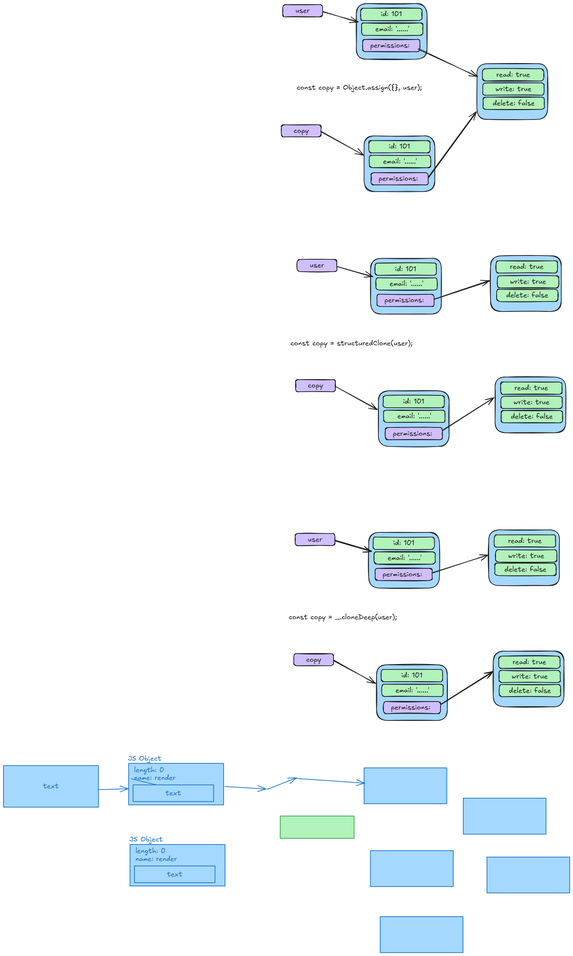
Before: img/2.obj.excalidraw.png, a diagram exported from Excalidraw (silvercodes/p23_p31_js). Source tidied: one line per element, renumbered; positions are measured from the earlier drawing's top-left corner, leaving out a move shared by most shapes.
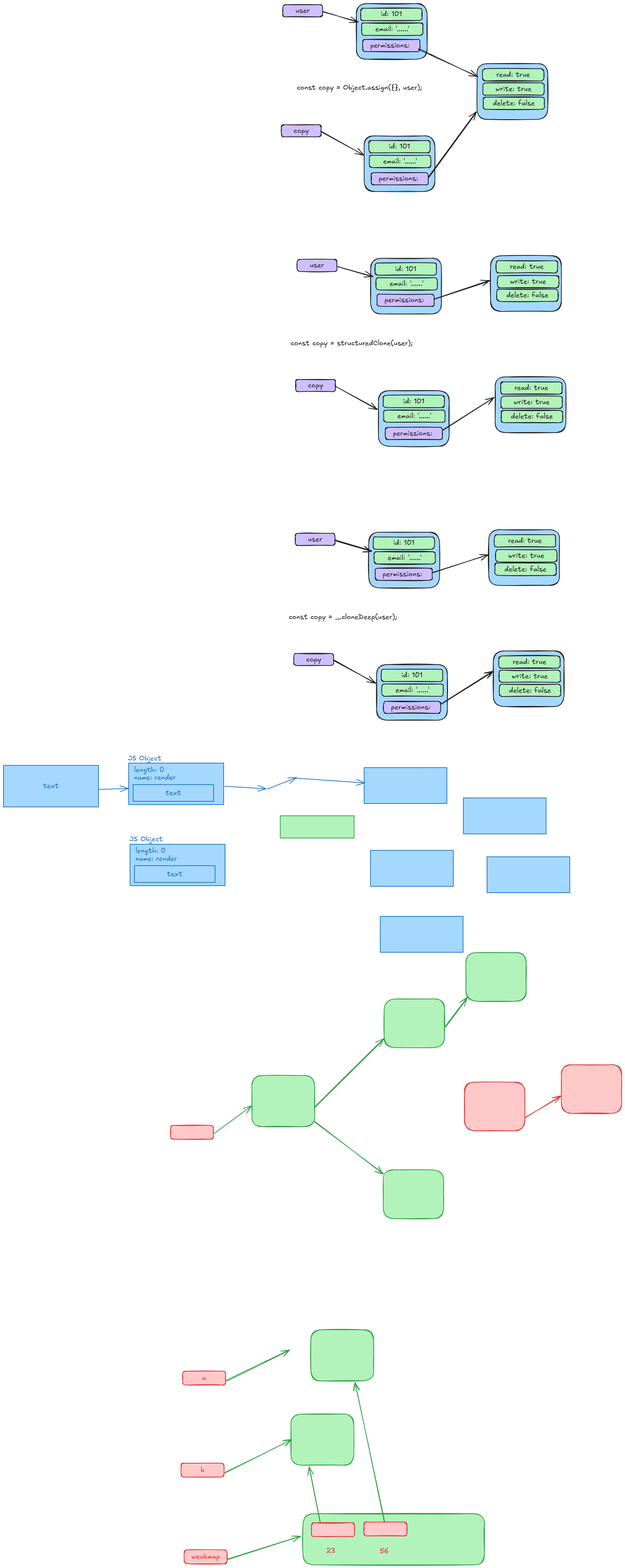
Later version of the same file.

Change to the diagram source:
```diff
@@ -126,3 +126,23 @@
 {"id": 125, "type": "text", "text": "text", "strokeColor": "#1971c2", "backgroundColor": "#a5d8ff", "fillStyle": "solid", "strokeWidth": 2, "roughness": 0, "fontSize": 20, "fontFamily": 5, "textAlign": "center", "verticalAlign": "middle", "inside": 124, "x": 469, "y": 2487, "width": 45, "height": 25}
 {"id": 126, "type": "text", "text": "length: 0", "strokeColor": "#1971c2", "backgroundColor": "#a5d8ff", "fillStyle": "solid", "strokeWidth": 2, "roughness": 0, "fontSize": 20, "fontFamily": 5, "x": 379, "y": 2421, "width": 86, "height": 25}
 {"id": 127, "type": "text", "text": "name: render", "strokeColor": "#1971c2", "backgroundColor": "#a5d8ff", "fillStyle": "solid", "strokeWidth": 2, "roughness": 0, "fontSize": 20, "fontFamily": 5, "x": 379, "y": 2443, "width": 119, "height": 25}
+{"id": 128, "type": "rectangle", "strokeColor": "#e03131", "backgroundColor": "#ffc9c9", "fillStyle": "solid", "strokeWidth": 2, "roughness": 1, "round": true, "x": 480, "y": 3221, "width": 123, "height": 40}
+{"id": 129, "type": "rectangle", "strokeColor": "#2f9e44", "backgroundColor": "#b2f2bb", "fillStyle": "solid", "strokeWidth": 2, "roughness": 1, "round": true, "x": 713, "y": 3078, "width": 180, "height": 147}
+{"id": 130, "type": "arrow", "strokeColor": "#2f9e44", "backgroundColor": "#b2f2bb", "fillStyle": "solid", "strokeWidth": 2, "roughness": 1, "endArrowhead": "arrow", "round": true, "from": 128, "to": 129, "x": 607, "y": 3244, "width": 107, "height": 78, "points": [[0, 0], [107, -78]]}
+{"id": 131, "type": "arrow", "strokeColor": "#2f9e44", "backgroundColor": "#b2f2bb", "fillStyle": "solid", "strokeWidth": 2, "roughness": 1, "endArrowhead": "arrow", "round": true, "from": 129, "to": 134, "x": 894, "y": 3170, "width": 198, "height": 196, "points": [[0, 0], [198, -196]]}
+{"id": 132, "type": "rectangle", "strokeColor": "#2f9e44", "backgroundColor": "#b2f2bb", "fillStyle": "solid", "strokeWidth": 2, "roughness": 1, "round": true, "x": 1090, "y": 3349, "width": 174, "height": 140}
+{"id": 133, "type": "arrow", "strokeColor": "#2f9e44", "backgroundColor": "#b2f2bb", "fillStyle": "solid", "strokeWidth": 2, "roughness": 1, "endArrowhead": "arrow", "round": true, "from": 129, "to": 132, "x": 893, "y": 3211, "width": 197, "height": 149, "points": [[0, 0], [197, 149]]}
+{"id": 134, "type": "rectangle", "strokeColor": "#2f9e44", "backgroundColor": "#b2f2bb", "fillStyle": "solid", "strokeWidth": 2, "roughness": 1, "round": true, "x": 1093, "y": 2858, "width": 174, "height": 140}
+{"id": 135, "type": "rectangle", "strokeColor": "#2f9e44", "backgroundColor": "#b2f2bb", "fillStyle": "solid", "strokeWidth": 2, "roughness": 1, "round": true, "x": 1327, "y": 2725, "width": 174, "height": 140}
+{"id": 136, "type": "arrow", "strokeColor": "#2f9e44", "backgroundColor": "#b2f2bb", "fillStyle": "solid", "strokeWidth": 2, "roughness": 1, "endArrowhead": "arrow", "round": true, "from": 134, "to": 135, "x": 1269, "y": 2939, "width": 61, "height": 83, "points": [[0, 0], [61, -83]]}
+{"id": 137, "type": "rectangle", "strokeColor": "#e03131", "backgroundColor": "#ffc9c9", "fillStyle": "solid", "strokeWidth": 2, "roughness": 1, "round": true, "x": 510, "y": 4191, "width": 123, "height": 40}
+{"id": 138, "type": "text", "text": "b", "strokeColor": "#e03131", "backgroundColor": "#ffc9c9", "fillStyle": "solid", "strokeWidth": 2, "roughness": 1, "fontSize": 20, "fontFamily": 5, "textAlign": "center", "verticalAlign": "middle", "inside": 137, "x": 566, "y": 4198, "width": 11, "height": 25}
+{"id": 139, "type": "rectangle", "strokeColor": "#2f9e44", "backgroundColor": "#b2f2bb", "fillStyle": "solid", "strokeWidth": 2, "roughness": 1, "round": true, "x": 825, "y": 4050, "width": 180, "height": 147}
+{"id": 140, "type": "arrow", "strokeColor": "#2f9e44", "backgroundColor": "#b2f2bb", "fillStyle": "solid", "strokeWidth": 2, "roughness": 1, "endArrowhead": "arrow", "round": true, "from": 137, "to": 139, "x": 636, "y": 4218, "width": 188, "height": 93, "points": [[0, 0], [188, -93]]}
+{"id": 141, "type": "rectangle", "strokeColor": "#e03131", "backgroundColor": "#ffc9c9", "fillStyle": "solid", "strokeWidth": 2, "roughness": 1, "round": true, "x": 519, "y": 4440, "width": 123, "height": 40}
+{"id": 142, "type": "text", "text": "weakmap", "strokeColor": "#e03131", "backgroundColor": "#ffc9c9", "fillStyle": "solid", "strokeWidth": 2, "roughness": 1, "fontSize": 20, "fontFamily": 5, "textAlign": "center", "verticalAlign": "middle", "inside": 141, "x": 539, "y": 4447, "width": 82, "height": 25}
+{"id": 143, "type": "rectangle", "strokeColor": "#2f9e44", "backgroundColor": "#b2f2bb", "fillStyle": "solid", "strokeWidth": 2, "roughness": 1, "round": true, "x": 860, "y": 4336, "width": 521, "height": 147}
+{"id": 144, "type": "arrow", "strokeColor": "#2f9e44", "backgroundColor": "#ffc9c9", "fillStyle": "solid", "strokeWidth": 2, "roughness": 1, "endArrowhead": "arrow", "round": true, "from": 141, "to": 143, "x": 643, "y": 4468, "width": 211, "height": 67, "points": [[0, 0], [211, -67]]}
+{"id": 145, "type": "rectangle", "strokeColor": "#e03131", "backgroundColor": "#ffc9c9", "fillStyle": "solid", "strokeWidth": 2, "roughness": 1, "round": true, "x": 884, "y": 4362, "width": 123, "height": 40}
+{"id": 146, "type": "arrow", "strokeColor": "#2f9e44", "backgroundColor": "#ffc9c9", "fillStyle": "solid", "strokeWidth": 2, "roughness": 1, "endArrowhead": "arrow", "round": true, "from": 145, "to": 139, "x": 909, "y": 4360, "width": 31, "height": 157, "points": [[0, 0], [-31, -157]]}
+{"id": 147, "type": "text", "text": "23", "strokeColor": "#e03131", "backgroundColor": "#ffc9c9", "fillStyle": "solid", "strokeWidth": 2, "roughness": 1, "fontSize": 20, "fontFamily": 5, "x": 927, "y": 4430, "width": 26, "height": 25}
```
